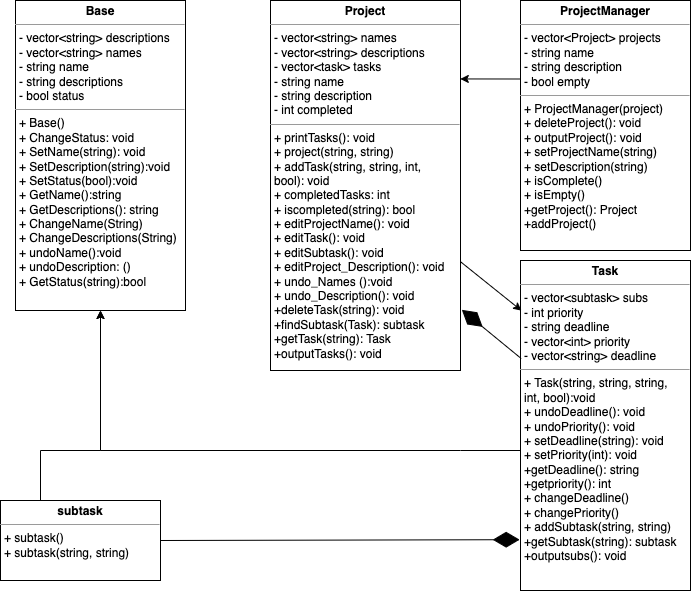
Above: images/UML_CS100P.png in ELing24/Task_Scheduler_CPP (draw.io), before the change. Source tidied: cells renumbered, new cells last; positions are measured from the earlier drawing's top-left corner, leaving out a move shared by most shapes.
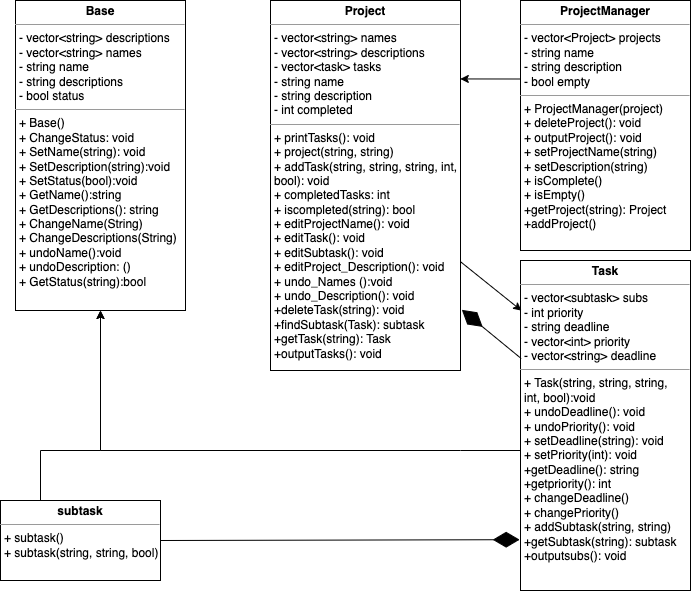
Later version of the same file.

Diff of the diagram source:
```diff
@@ -2,16 +2,16 @@
   <root>
     <mxCell id="0" />
     <mxCell id="1" parent="0" />
-    <mxCell id="2" value="&lt;p style=&quot;margin:0px;margin-top:4px;text-align:center;&quot;&gt;&lt;b&gt;ProjectManager&lt;/b&gt;&lt;/p&gt;&lt;hr size=&quot;1&quot;&gt;&lt;p style=&quot;margin:0px;margin-left:4px;&quot;&gt;- vector&amp;lt;Project&amp;gt; projects&lt;br&gt;&lt;/p&gt;&lt;p style=&quot;margin:0px;margin-left:4px;&quot;&gt;- string name&lt;/p&gt;&lt;p style=&quot;margin:0px;margin-left:4px;&quot;&gt;- string description&lt;/p&gt;&lt;p style=&quot;margin:0px;margin-left:4px;&quot;&gt;- bool empty&lt;/p&gt;&lt;hr size=&quot;1&quot;&gt;&lt;p style=&quot;margin:0px;margin-left:4px;&quot;&gt;+ ProjectManager(project)&lt;/p&gt;&lt;p style=&quot;margin:0px;margin-left:4px;&quot;&gt;+ deleteProject(): void&lt;br&gt;&lt;/p&gt;&lt;p style=&quot;margin:0px;margin-left:4px;&quot;&gt;+ outputProject(): void&lt;br&gt;&lt;/p&gt;&lt;p style=&quot;margin:0px;margin-left:4px;&quot;&gt;+ setProjectName(string)&lt;br&gt;&lt;/p&gt;&lt;p style=&quot;margin:0px;margin-left:4px;&quot;&gt;+ setDescription(string)&lt;br&gt;&lt;/p&gt;&lt;p style=&quot;margin:0px;margin-left:4px;&quot;&gt;+ isComplete()&lt;br&gt;&lt;/p&gt;&lt;p style=&quot;margin:0px;margin-left:4px;&quot;&gt;+ isEmpty()&lt;br&gt;&lt;/p&gt;&lt;p style=&quot;margin:0px;margin-left:4px;&quot;&gt;+getProject(): Project&lt;/p&gt;&lt;p style=&quot;margin:0px;margin-left:4px;&quot;&gt;+addProject()&lt;/p&gt;" style="verticalAlign=top;align=left;overflow=fill;fontSize=12;fontFamily=Helvetica;html=1;" parent="1" vertex="1">
+    <mxCell id="2" value="&lt;p style=&quot;margin:0px;margin-top:4px;text-align:center;&quot;&gt;&lt;b&gt;ProjectManager&lt;/b&gt;&lt;/p&gt;&lt;hr size=&quot;1&quot;&gt;&lt;p style=&quot;margin:0px;margin-left:4px;&quot;&gt;- vector&amp;lt;Project&amp;gt; projects&lt;br&gt;&lt;/p&gt;&lt;p style=&quot;margin:0px;margin-left:4px;&quot;&gt;- string name&lt;/p&gt;&lt;p style=&quot;margin:0px;margin-left:4px;&quot;&gt;- string description&lt;/p&gt;&lt;p style=&quot;margin:0px;margin-left:4px;&quot;&gt;- bool empty&lt;/p&gt;&lt;hr size=&quot;1&quot;&gt;&lt;p style=&quot;margin:0px;margin-left:4px;&quot;&gt;+ ProjectManager(project)&lt;/p&gt;&lt;p style=&quot;margin:0px;margin-left:4px;&quot;&gt;+ deleteProject(): void&lt;br&gt;&lt;/p&gt;&lt;p style=&quot;margin:0px;margin-left:4px;&quot;&gt;+ outputProject(): void&lt;br&gt;&lt;/p&gt;&lt;p style=&quot;margin:0px;margin-left:4px;&quot;&gt;+ setProjectName(string)&lt;br&gt;&lt;/p&gt;&lt;p style=&quot;margin:0px;margin-left:4px;&quot;&gt;+ setDescription(string)&lt;br&gt;&lt;/p&gt;&lt;p style=&quot;margin:0px;margin-left:4px;&quot;&gt;+ isComplete()&lt;br&gt;&lt;/p&gt;&lt;p style=&quot;margin:0px;margin-left:4px;&quot;&gt;+ isEmpty()&lt;br&gt;&lt;/p&gt;&lt;p style=&quot;margin:0px;margin-left:4px;&quot;&gt;+getProject(string): Project&lt;/p&gt;&lt;p style=&quot;margin:0px;margin-left:4px;&quot;&gt;+addProject()&lt;/p&gt;" style="verticalAlign=top;align=left;overflow=fill;fontSize=12;fontFamily=Helvetica;html=1;" parent="1" vertex="1">
       <mxGeometry x="520" width="170" height="250" as="geometry" />
     </mxCell>
-    <mxCell id="3" value="&lt;p style=&quot;margin:0px;margin-top:4px;text-align:center;&quot;&gt;&lt;b&gt;Project&lt;/b&gt;&lt;/p&gt;&lt;hr size=&quot;1&quot;&gt;&lt;p style=&quot;margin:0px;margin-left:4px;&quot;&gt;- vector&amp;lt;string&amp;gt; names&lt;br&gt;&lt;/p&gt;&lt;p style=&quot;margin:0px;margin-left:4px;&quot;&gt;- vector&amp;lt;string&amp;gt; descriptions&lt;/p&gt;&lt;p style=&quot;margin:0px;margin-left:4px;&quot;&gt;- vector&amp;lt;task&amp;gt; tasks&lt;br&gt;&lt;/p&gt;&lt;p style=&quot;margin:0px;margin-left:4px;&quot;&gt;- string name&lt;/p&gt;&lt;p style=&quot;margin:0px;margin-left:4px;&quot;&gt;- string description&lt;br&gt;&lt;/p&gt;&lt;p style=&quot;margin:0px;margin-left:4px;&quot;&gt;- int completed&lt;br&gt;&lt;/p&gt;&lt;hr size=&quot;1&quot;&gt;&lt;p style=&quot;margin:0px;margin-left:4px;&quot;&gt;+ printTasks(): void&lt;/p&gt;&lt;p style=&quot;margin:0px;margin-left:4px;&quot;&gt;+ project(string, string)&lt;br&gt;&lt;/p&gt;&lt;p style=&quot;margin:0px;margin-left:4px;&quot;&gt;+ addTask(string, string, int,&amp;nbsp;&lt;/p&gt;&lt;p style=&quot;margin:0px;margin-left:4px;&quot;&gt;&lt;span style=&quot;background-color: initial;&quot;&gt;bool): void&lt;/span&gt;&lt;/p&gt;&lt;p style=&quot;margin:0px;margin-left:4px;&quot;&gt;+ completedTasks: int&lt;br&gt;&lt;/p&gt;&lt;p style=&quot;margin:0px;margin-left:4px;&quot;&gt;+ iscompleted(string): bool&lt;/p&gt;&lt;p style=&quot;margin:0px;margin-left:4px;&quot;&gt;+ editProjectName(): void&lt;br&gt;&lt;/p&gt;&lt;p style=&quot;margin:0px;margin-left:4px;&quot;&gt;+ editTask(): void&lt;/p&gt;&lt;p style=&quot;margin:0px;margin-left:4px;&quot;&gt;+ editSubtask(): void&amp;nbsp;&lt;/p&gt;&lt;p style=&quot;margin:0px;margin-left:4px;&quot;&gt;+ editProject_Description(): void&lt;br&gt;&lt;/p&gt;&lt;p style=&quot;margin:0px;margin-left:4px;&quot;&gt;+ undo_Names ():void&lt;br&gt;&lt;/p&gt;&lt;p style=&quot;margin:0px;margin-left:4px;&quot;&gt;+ undo_Description(): void&lt;br&gt;&lt;/p&gt;&lt;p style=&quot;margin:0px;margin-left:4px;&quot;&gt;+deleteTask(string): void&lt;/p&gt;&lt;p style=&quot;margin:0px;margin-left:4px;&quot;&gt;+findSubtask(Task): subtask&lt;/p&gt;&lt;p style=&quot;margin:0px;margin-left:4px;&quot;&gt;+getTask(string): Task&lt;/p&gt;&lt;p style=&quot;margin:0px;margin-left:4px;&quot;&gt;+outputTasks(): void&lt;/p&gt;&lt;p style=&quot;margin:0px;margin-left:4px;&quot;&gt;&lt;br&gt;&lt;/p&gt;&lt;p style=&quot;margin:0px;margin-left:4px;&quot;&gt;&lt;br&gt;&lt;/p&gt;" style="verticalAlign=top;align=left;overflow=fill;fontSize=12;fontFamily=Helvetica;html=1;" parent="1" vertex="1">
+    <mxCell id="3" value="&lt;p style=&quot;margin:0px;margin-top:4px;text-align:center;&quot;&gt;&lt;b&gt;Project&lt;/b&gt;&lt;/p&gt;&lt;hr size=&quot;1&quot;&gt;&lt;p style=&quot;margin:0px;margin-left:4px;&quot;&gt;- vector&amp;lt;string&amp;gt; names&lt;br&gt;&lt;/p&gt;&lt;p style=&quot;margin:0px;margin-left:4px;&quot;&gt;- vector&amp;lt;string&amp;gt; descriptions&lt;/p&gt;&lt;p style=&quot;margin:0px;margin-left:4px;&quot;&gt;- vector&amp;lt;task&amp;gt; tasks&lt;br&gt;&lt;/p&gt;&lt;p style=&quot;margin:0px;margin-left:4px;&quot;&gt;- string name&lt;/p&gt;&lt;p style=&quot;margin:0px;margin-left:4px;&quot;&gt;- string description&lt;br&gt;&lt;/p&gt;&lt;p style=&quot;margin:0px;margin-left:4px;&quot;&gt;- int completed&lt;br&gt;&lt;/p&gt;&lt;hr size=&quot;1&quot;&gt;&lt;p style=&quot;margin:0px;margin-left:4px;&quot;&gt;+ printTasks(): void&lt;/p&gt;&lt;p style=&quot;margin:0px;margin-left:4px;&quot;&gt;+ project(string, string)&lt;br&gt;&lt;/p&gt;&lt;p style=&quot;margin:0px;margin-left:4px;&quot;&gt;+ addTask(string, string, string, int,&amp;nbsp;&lt;/p&gt;&lt;p style=&quot;margin:0px;margin-left:4px;&quot;&gt;&lt;span style=&quot;background-color: initial;&quot;&gt;bool): void&lt;/span&gt;&lt;/p&gt;&lt;p style=&quot;margin:0px;margin-left:4px;&quot;&gt;+ completedTasks: int&lt;br&gt;&lt;/p&gt;&lt;p style=&quot;margin:0px;margin-left:4px;&quot;&gt;+ iscompleted(string): bool&lt;/p&gt;&lt;p style=&quot;margin:0px;margin-left:4px;&quot;&gt;+ editProjectName(): void&lt;br&gt;&lt;/p&gt;&lt;p style=&quot;margin:0px;margin-left:4px;&quot;&gt;+ editTask(): void&lt;/p&gt;&lt;p style=&quot;margin:0px;margin-left:4px;&quot;&gt;+ editSubtask(): void&amp;nbsp;&lt;/p&gt;&lt;p style=&quot;margin:0px;margin-left:4px;&quot;&gt;+ editProject_Description(): void&lt;br&gt;&lt;/p&gt;&lt;p style=&quot;margin:0px;margin-left:4px;&quot;&gt;+ undo_Names ():void&lt;br&gt;&lt;/p&gt;&lt;p style=&quot;margin:0px;margin-left:4px;&quot;&gt;+ undo_Description(): void&lt;br&gt;&lt;/p&gt;&lt;p style=&quot;margin:0px;margin-left:4px;&quot;&gt;+deleteTask(string): void&lt;/p&gt;&lt;p style=&quot;margin:0px;margin-left:4px;&quot;&gt;+findSubtask(Task): subtask&lt;/p&gt;&lt;p style=&quot;margin:0px;margin-left:4px;&quot;&gt;+getTask(string): Task&lt;/p&gt;&lt;p style=&quot;margin:0px;margin-left:4px;&quot;&gt;+outputTasks(): void&lt;/p&gt;&lt;p style=&quot;margin:0px;margin-left:4px;&quot;&gt;&lt;br&gt;&lt;/p&gt;&lt;p style=&quot;margin:0px;margin-left:4px;&quot;&gt;&lt;br&gt;&lt;/p&gt;" style="verticalAlign=top;align=left;overflow=fill;fontSize=12;fontFamily=Helvetica;html=1;" parent="1" vertex="1">
       <mxGeometry x="270" width="190" height="370" as="geometry" />
     </mxCell>
     <mxCell id="4" value="&lt;p style=&quot;margin:0px;margin-top:4px;text-align:center;&quot;&gt;&lt;b&gt;Task&lt;/b&gt;&lt;/p&gt;&lt;hr size=&quot;1&quot;&gt;&lt;p style=&quot;margin:0px;margin-left:4px;&quot;&gt;- vector&amp;lt;subtask&amp;gt; subs&lt;br&gt;&lt;/p&gt;&lt;p style=&quot;margin:0px;margin-left:4px;&quot;&gt;- int priority&lt;/p&gt;&lt;p style=&quot;margin:0px;margin-left:4px;&quot;&gt;- string deadline&lt;/p&gt;&lt;p style=&quot;margin:0px;margin-left:4px;&quot;&gt;- vector&amp;lt;int&amp;gt; priority&lt;/p&gt;&lt;p style=&quot;margin:0px;margin-left:4px;&quot;&gt;- vector&amp;lt;string&amp;gt; deadline&lt;/p&gt;&lt;hr size=&quot;1&quot;&gt;&lt;p style=&quot;margin:0px;margin-left:4px;&quot;&gt;&lt;span style=&quot;background-color: initial;&quot;&gt;+ Task(string, string, string,&lt;/span&gt;&lt;/p&gt;&lt;p style=&quot;margin:0px;margin-left:4px;&quot;&gt;int, bool):void&lt;/p&gt;&lt;p style=&quot;margin:0px;margin-left:4px;&quot;&gt;+ undoDeadline(): void&lt;/p&gt;&lt;p style=&quot;margin:0px;margin-left:4px;&quot;&gt;+ undoPriority(): void&lt;/p&gt;&lt;p style=&quot;margin:0px;margin-left:4px;&quot;&gt;+ setDeadline(string): void&lt;br&gt;&lt;/p&gt;&lt;p style=&quot;margin:0px;margin-left:4px;&quot;&gt;+ setPriority(int): void&lt;br&gt;&lt;/p&gt;&lt;p style=&quot;margin:0px;margin-left:4px;&quot;&gt;+getDeadline(): string&lt;/p&gt;&lt;p style=&quot;margin:0px;margin-left:4px;&quot;&gt;+getpriority(): int&lt;/p&gt;&lt;p style=&quot;margin:0px;margin-left:4px;&quot;&gt;+ changeDeadline()&lt;/p&gt;&lt;p style=&quot;margin:0px;margin-left:4px;&quot;&gt;+ changePriority()&lt;/p&gt;&lt;p style=&quot;margin:0px;margin-left:4px;&quot;&gt;+ addSubtask(string, string)&lt;br&gt;&lt;/p&gt;&lt;p style=&quot;margin:0px;margin-left:4px;&quot;&gt;+getSubtask(string): subtask&lt;/p&gt;&lt;p style=&quot;margin:0px;margin-left:4px;&quot;&gt;+outputsubs(): void&lt;/p&gt;" style="verticalAlign=top;align=left;overflow=fill;fontSize=12;fontFamily=Helvetica;html=1;" parent="1" vertex="1">
       <mxGeometry x="520" y="260" width="170" height="330" as="geometry" />
     </mxCell>
-    <mxCell id="5" value="&lt;p style=&quot;margin:0px;margin-top:4px;text-align:center;&quot;&gt;&lt;b&gt;subtask&lt;/b&gt;&lt;/p&gt;&lt;hr size=&quot;1&quot;&gt;&lt;p style=&quot;margin:0px;margin-left:4px;&quot;&gt;&lt;span style=&quot;background-color: initial;&quot;&gt;+ subtask()&lt;/span&gt;&lt;br&gt;&lt;/p&gt;&lt;p style=&quot;margin:0px;margin-left:4px;&quot;&gt;&lt;span style=&quot;background-color: initial;&quot;&gt;+ subtask(string, string)&lt;/span&gt;&lt;/p&gt;" style="verticalAlign=top;align=left;overflow=fill;fontSize=12;fontFamily=Helvetica;html=1;" parent="1" vertex="1">
+    <mxCell id="5" value="&lt;p style=&quot;margin:0px;margin-top:4px;text-align:center;&quot;&gt;&lt;b&gt;subtask&lt;/b&gt;&lt;/p&gt;&lt;hr size=&quot;1&quot;&gt;&lt;p style=&quot;margin:0px;margin-left:4px;&quot;&gt;&lt;span style=&quot;background-color: initial;&quot;&gt;+ subtask()&lt;/span&gt;&lt;br&gt;&lt;/p&gt;&lt;p style=&quot;margin:0px;margin-left:4px;&quot;&gt;&lt;span style=&quot;background-color: initial;&quot;&gt;+ subtask(string, string, bool)&lt;/span&gt;&lt;/p&gt;" style="verticalAlign=top;align=left;overflow=fill;fontSize=12;fontFamily=Helvetica;html=1;" parent="1" vertex="1">
       <mxGeometry y="500" width="160" height="80" as="geometry" />
     </mxCell>
     <mxCell id="6" value="&lt;p style=&quot;margin:0px;margin-top:4px;text-align:center;&quot;&gt;&lt;b&gt;Base&lt;/b&gt;&lt;/p&gt;&lt;hr size=&quot;1&quot;&gt;&lt;p style=&quot;margin:0px;margin-left:4px;&quot;&gt;- vector&amp;lt;string&amp;gt; descriptions&lt;/p&gt;&lt;p style=&quot;margin:0px;margin-left:4px;&quot;&gt;- vector&amp;lt;string&amp;gt; names&lt;/p&gt;&lt;p style=&quot;margin:0px;margin-left:4px;&quot;&gt;- string name&lt;/p&gt;&lt;p style=&quot;margin:0px;margin-left:4px;&quot;&gt;- string descriptions&lt;/p&gt;&lt;p style=&quot;margin:0px;margin-left:4px;&quot;&gt;- bool status&lt;/p&gt;&lt;hr size=&quot;1&quot;&gt;&lt;p style=&quot;margin:0px;margin-left:4px;&quot;&gt;+ Base()&lt;/p&gt;&lt;p style=&quot;margin:0px;margin-left:4px;&quot;&gt;+ ChangeStatus: void&lt;br&gt;&lt;/p&gt;&lt;p style=&quot;margin:0px;margin-left:4px;&quot;&gt;+ SetName(string): void&lt;/p&gt;&lt;p style=&quot;margin:0px;margin-left:4px;&quot;&gt;+ SetDescription(string):void&lt;br&gt;&lt;/p&gt;&lt;p style=&quot;margin:0px;margin-left:4px;&quot;&gt;+ SetStatus(bool):void&lt;br&gt;&lt;/p&gt;&lt;p style=&quot;margin:0px;margin-left:4px;&quot;&gt;+ GetName():string&lt;br&gt;&lt;/p&gt;&lt;p style=&quot;margin:0px;margin-left:4px;&quot;&gt;+ GetDescriptions(): string&lt;br&gt;&lt;/p&gt;&lt;p style=&quot;margin:0px;margin-left:4px;&quot;&gt;+ ChangeName(String)&lt;br&gt;&lt;/p&gt;&lt;p style=&quot;margin:0px;margin-left:4px;&quot;&gt;+ ChangeDescriptions(String)&lt;br&gt;&lt;/p&gt;&lt;p style=&quot;margin:0px;margin-left:4px;&quot;&gt;+ undoName():void&lt;br&gt;&lt;/p&gt;&lt;p style=&quot;margin:0px;margin-left:4px;&quot;&gt;+ undoDescription: ()&lt;br&gt;&lt;/p&gt;&lt;p style=&quot;margin:0px;margin-left:4px;&quot;&gt;+ GetStatus(string):bool&lt;br&gt;&lt;/p&gt;&lt;p style=&quot;margin:0px;margin-left:4px;&quot;&gt;&lt;br&gt;&lt;/p&gt;&lt;p style=&quot;margin:0px;margin-left:4px;&quot;&gt;&lt;br&gt;&lt;/p&gt;" style="verticalAlign=top;align=left;overflow=fill;fontSize=12;fontFamily=Helvetica;html=1;" parent="1" vertex="1">
```
